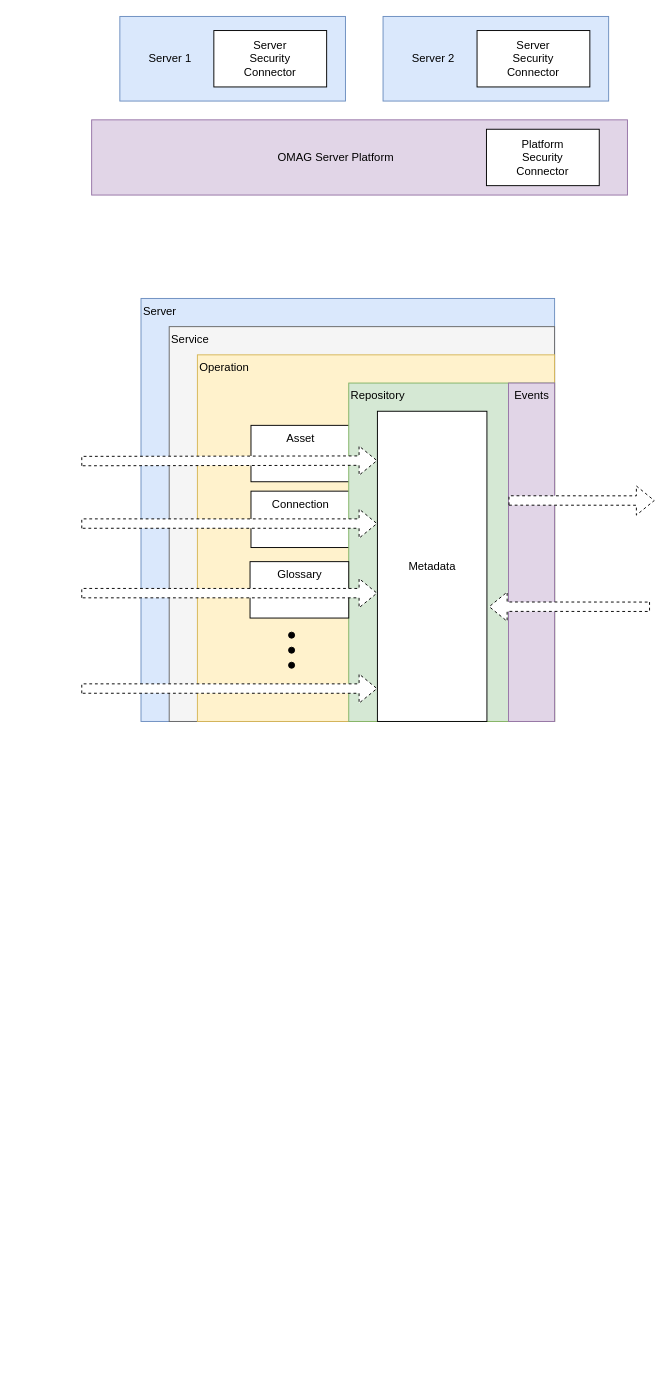
Earlier version of the draw.io diagram page "security-overview" (1 of 5) of site/docs/features/metadata-security/metadata-security.drawio (odpi/egeria-docs). Source tidied: cells renumbered, new cells numbered last; positions are measured from the earlier drawing's top-left corner, leaving out a move shared by most shapes. Both pictures are drawn from the tidied source at 94%, with x=0, y=0 at pixel (81, 16).
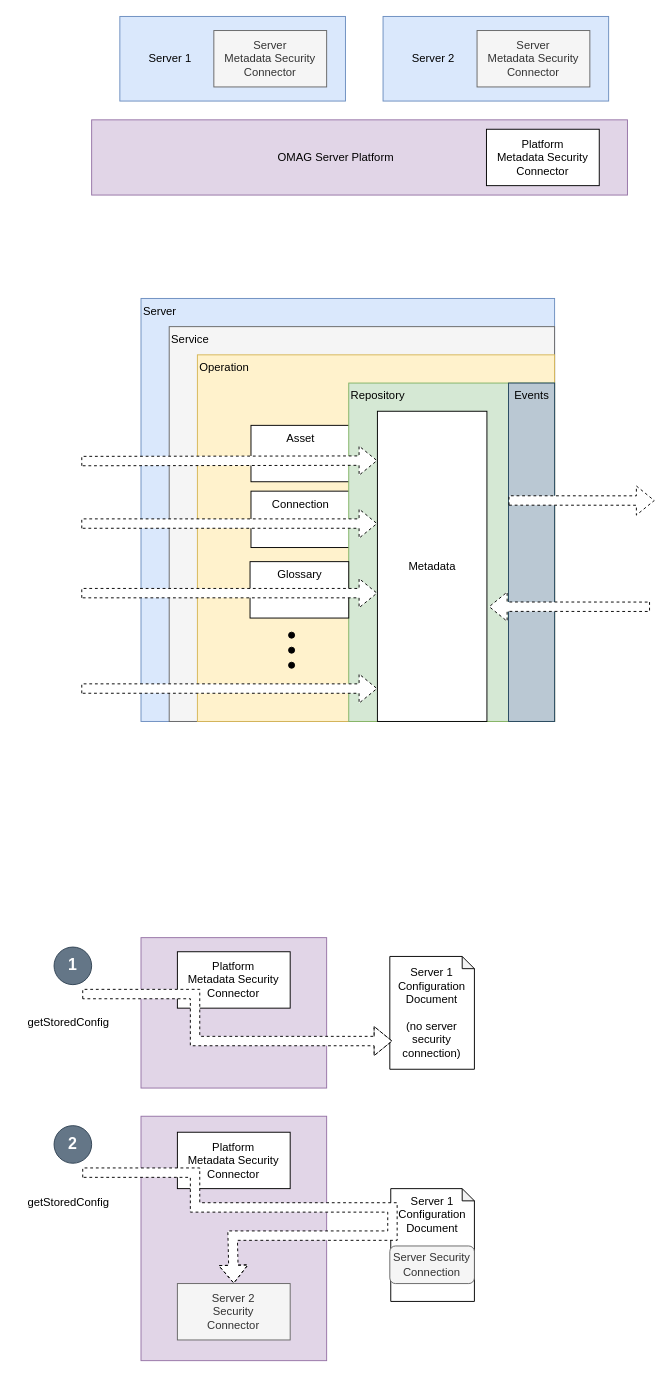
The same diagram, later.

Commit message (it also covers changes not shown here):
Fix mkdocs.yml and improce security description

What changed in the source:
```diff
@@
-    <mxCell id="3" value="Platform&lt;br&gt;Security&lt;br&gt;Connector&lt;br&gt;" style="rounded=0;whiteSpace=wrap;html=1;" parent="1" vertex="1">
+    <mxCell id="3" value="Platform&lt;br&gt;Metadata Security&lt;br&gt;Connector" style="rounded=0;whiteSpace=wrap;html=1;" parent="1" vertex="1">
       <mxGeometry x="431" y="120" width="120" height="60" as="geometry" />
     </mxCell>
@@
-    <mxCell id="5" value="Server&lt;br&gt;Security&lt;br&gt;Connector" style="rounded=0;whiteSpace=wrap;html=1;align=center;" parent="1" vertex="1">
+    <mxCell id="5" value="Server&lt;br&gt;Metadata Security&lt;br&gt;Connector" style="rounded=0;whiteSpace=wrap;html=1;align=center;fillColor=#f5f5f5;fontColor=#333333;strokeColor=#666666;" parent="1" vertex="1">
       <mxGeometry x="141" y="15" width="120" height="60" as="geometry" />
     </mxCell>
@@
-    <mxCell id="7" value="Server&lt;br&gt;Security&lt;br&gt;Connector" style="rounded=0;whiteSpace=wrap;html=1;align=center;" parent="1" vertex="1">
+    <mxCell id="7" value="Server&lt;br&gt;Metadata Security&lt;br&gt;Connector" style="rounded=0;whiteSpace=wrap;html=1;align=center;fillColor=#f5f5f5;fontColor=#333333;strokeColor=#666666;" parent="1" vertex="1">
       <mxGeometry x="421" y="15" width="120" height="60" as="geometry" />
     </mxCell>
@@
-    <mxCell id="21" value="Events" style="rounded=0;whiteSpace=wrap;html=1;fillColor=#e1d5e7;strokeColor=#9673a6;verticalAlign=top;" parent="1" vertex="1">
+    <mxCell id="21" value="Events" style="rounded=0;whiteSpace=wrap;html=1;fillColor=#bac8d3;strokeColor=#23445d;verticalAlign=top;" parent="1" vertex="1">
       <mxGeometry x="454.5" y="390" width="49" height="360" as="geometry" />
     </mxCell>
@@
+    <mxCell id="27" style="rounded=0;whiteSpace=wrap;html=1;fillColor=#e1d5e7;strokeColor=#9673a6;" parent="1" vertex="1">
+      <mxGeometry x="63.5" y="980" width="197.5" height="160" as="geometry" />
+    </mxCell>
+    <mxCell id="28" value="Platform&lt;br&gt;Metadata Security&lt;br&gt;Connector" style="rounded=0;whiteSpace=wrap;html=1;" parent="1" vertex="1">
+      <mxGeometry x="102.2" y="995" width="120" height="60" as="geometry" />
+    </mxCell>
+    <mxCell id="29" value="Server 1&lt;br&gt;Configuration&lt;br&gt;Document&lt;br&gt;&lt;br&gt;(no server security connection)" style="shape=note;whiteSpace=wrap;html=1;backgroundOutline=1;darkOpacity=0.05;size=13;verticalAlign=middle;" parent="1" vertex="1">
+      <mxGeometry x="328.2" y="1000" width="90" height="120" as="geometry" />
+    </mxCell>
+    <mxCell id="30" style="shape=flexArrow;endArrow=classic;html=1;rounded=0;entryX=0.031;entryY=0.75;entryDx=0;entryDy=0;entryPerimeter=0;dashed=1;fillColor=default;" parent="1" edge="1" target="29">
+      <mxGeometry relative="1" as="geometry">
+        <mxPoint x="1" y="1040" as="sourcePoint" />
+        <Array as="points">
+          <mxPoint x="121" y="1040" />
+          <mxPoint x="121" y="1090" />
+        </Array>
+      </mxGeometry>
+    </mxCell>
+    <mxCell id="31" style="rounded=0;whiteSpace=wrap;html=1;fillColor=#e1d5e7;strokeColor=#9673a6;" parent="1" vertex="1">
+      <mxGeometry x="63.5" y="1170" width="197.5" height="260" as="geometry" />
+    </mxCell>
+    <mxCell id="32" value="Platform&lt;br&gt;Metadata Security&lt;br&gt;Connector" style="rounded=0;whiteSpace=wrap;html=1;" parent="1" vertex="1">
+      <mxGeometry x="102.2" y="1187" width="120" height="60" as="geometry" />
+    </mxCell>
+    <mxCell id="33" value="Server 1&lt;br&gt;Configuration&lt;br&gt;Document" style="shape=note;whiteSpace=wrap;html=1;backgroundOutline=1;darkOpacity=0.05;size=13;verticalAlign=top;" parent="1" vertex="1">
+      <mxGeometry x="329.2" y="1247" width="89" height="120" as="geometry" />
+    </mxCell>
+    <mxCell id="34" value="Server Security&lt;br&gt;Connection" style="rounded=1;whiteSpace=wrap;html=1;fillColor=#f5f5f5;fontColor=#333333;strokeColor=#666666;" parent="1" vertex="1">
+      <mxGeometry x="328.2" y="1308" width="90" height="40" as="geometry" />
+    </mxCell>
+    <mxCell id="35" value="Server 2&lt;br&gt;Security&lt;br&gt;Connector" style="rounded=0;whiteSpace=wrap;html=1;align=center;fillColor=#f5f5f5;fontColor=#333333;strokeColor=#666666;" parent="1" vertex="1">
+      <mxGeometry x="102.2" y="1348" width="120" height="60" as="geometry" />
+    </mxCell>
+    <mxCell id="36" style="shape=flexArrow;endArrow=classic;html=1;rounded=0;entryX=0.5;entryY=0;entryDx=0;entryDy=0;dashed=1;fillColor=default;" parent="1" edge="1" target="35">
+      <mxGeometry relative="1" as="geometry">
+        <mxPoint x="1" y="1230" as="sourcePoint" />
+        <Array as="points">
+          <mxPoint x="121" y="1230" />
+          <mxPoint x="121" y="1267" />
+          <mxPoint x="331" y="1267" />
+          <mxPoint x="331" y="1297" />
+          <mxPoint x="161" y="1297" />
+        </Array>
+      </mxGeometry>
+    </mxCell>
+    <mxCell id="37" value="1" style="ellipse;whiteSpace=wrap;html=1;fillColor=#647687;strokeColor=#314354;fontColor=#ffffff;fontStyle=1;fontSize=17;" parent="1" vertex="1">
+      <mxGeometry x="-29" y="990" width="40" height="40" as="geometry" />
+    </mxCell>
+    <mxCell id="38" value="2" style="ellipse;whiteSpace=wrap;html=1;fillColor=#647687;strokeColor=#314354;fontColor=#ffffff;fontStyle=1;fontSize=17;" parent="1" vertex="1">
+      <mxGeometry x="-29" y="1180" width="40" height="40" as="geometry" />
+    </mxCell>
+    <mxCell id="39" value="getStoredConfig" style="text;html=1;align=center;verticalAlign=middle;strokeColor=none;fillColor=none;" parent="1" vertex="1">
+      <mxGeometry x="-69" y="1055" width="110" height="30" as="geometry" />
+    </mxCell>
+    <mxCell id="40" value="getStoredConfig" style="text;html=1;align=center;verticalAlign=middle;strokeColor=none;fillColor=none;" parent="1" vertex="1">
+      <mxGeometry x="-69" y="1247" width="110" height="30" as="geometry" />
+    </mxCell>
```
